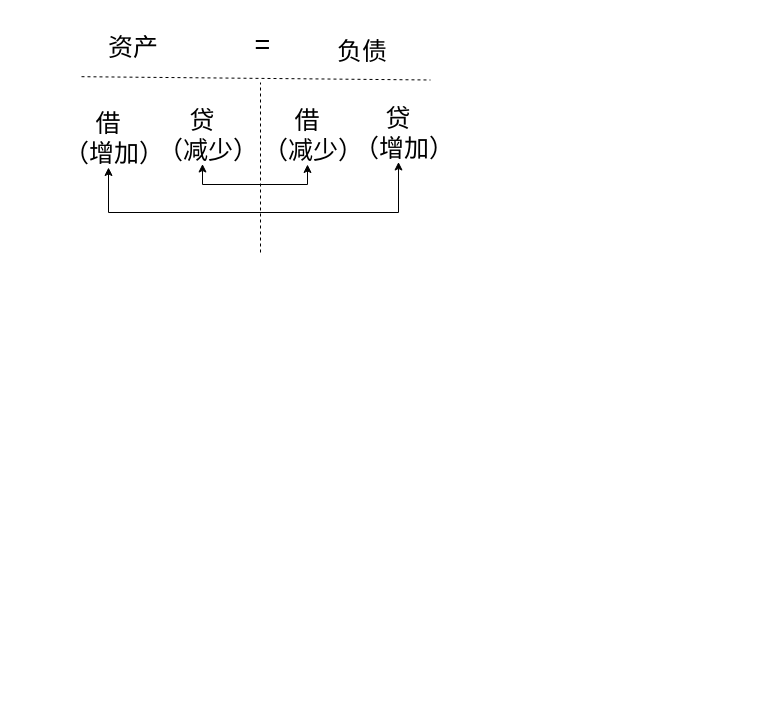
Above: 支付领域2.drawio in zhufuyin/draw (draw.io), before the change. Source tidied: cells renumbered, new cells numbered last; positions are measured from the earlier drawing's top-left corner, leaving out a move shared by most shapes. Both pictures are drawn from the tidied source at 100%, with x=0, y=0 at pixel (63, 16).
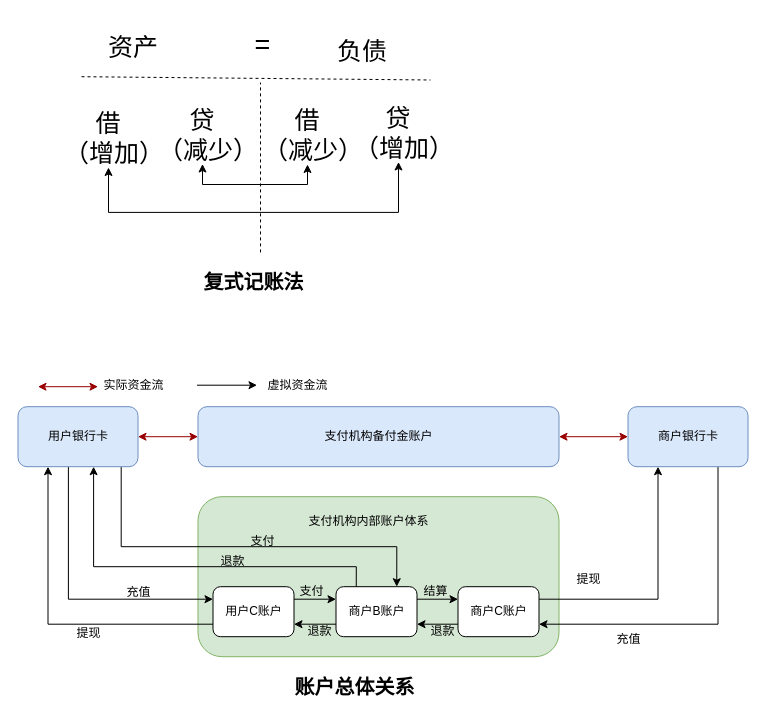
Above is the later version.

Commit message (it also covers changes not shown here):
更新支付领域2.drawio

Unchanged cells that the change refers to:
```xml
<mxCell id="7" value="借&lt;div&gt;（增加）&lt;/div&gt;" style="rounded=0;whiteSpace=wrap;html=1;fillColor=none;strokeColor=none;fontSize=25;" parent="1" vertex="1">
  <mxGeometry y="91" width="90" height="60" as="geometry" />
</mxCell>
<mxCell id="12" value="贷&lt;div&gt;（增加）&lt;/div&gt;" style="rounded=0;whiteSpace=wrap;html=1;fillColor=none;strokeColor=none;fontSize=25;" parent="1" vertex="1">
  <mxGeometry x="290" y="85.5" width="90" height="60" as="geometry" />
</mxCell>
```

Change to the diagram source:
```diff
@@
+    <mxCell id="13" style="rounded=1;whiteSpace=wrap;html=1;fillColor=#d5e8d4;strokeColor=#82b366;" parent="1" vertex="1">
+      <mxGeometry x="134.5" y="480.2" width="361" height="160" as="geometry" />
+    </mxCell>
@@
     <mxCell id="6" style="edgeStyle=orthogonalEdgeStyle;rounded=0;jettySize=auto;html=1;exitX=0.5;exitY=1;exitDx=0;exitDy=0;entryX=0.5;entryY=1;entryDx=0;entryDy=0;endArrow=classic;endFill=1;startArrow=classic;startFill=1;" parent="1" edge="1" source="7" target="12">
       <mxGeometry relative="1" as="geometry">
         <Array as="points">
-          <mxPoint x="45" y="196" />
-          <mxPoint x="335" y="196" />
+          <mxPoint x="45" y="195.9" />
+          <mxPoint x="335" y="195.9" />
         </Array>
       </mxGeometry>
     </mxCell>
@@
     <mxCell id="9" style="endArrow=none;html=1;rounded=0;dashed=1;" parent="1" edge="1">
       <mxGeometry relative="1" as="geometry">
-        <mxPoint x="197" y="236" as="sourcePoint" />
+        <mxPoint x="197" y="235.9" as="sourcePoint" />
         <mxPoint x="197" y="66" as="targetPoint" />
       </mxGeometry>
     </mxCell>
@@
+    <mxCell id="14" style="edgeStyle=orthogonalEdgeStyle;rounded=0;jettySize=auto;html=1;exitX=0.42;exitY=1;exitDx=0;exitDy=0;entryX=0;entryY=0.25;entryDx=0;entryDy=0;exitPerimeter=0;" parent="1" edge="1" source="17" target="24">
+      <mxGeometry relative="1" as="geometry" />
+    </mxCell>
+    <mxCell id="15" style="edgeStyle=orthogonalEdgeStyle;rounded=0;jettySize=auto;html=1;exitX=1;exitY=0.5;exitDx=0;exitDy=0;entryX=0;entryY=0.5;entryDx=0;entryDy=0;startArrow=classic;startFill=1;strokeColor=#990000;" parent="1" edge="1" source="17" target="18">
+      <mxGeometry relative="1" as="geometry" />
+    </mxCell>
+    <mxCell id="16" style="edgeStyle=orthogonalEdgeStyle;rounded=0;jettySize=auto;html=1;exitX=0.86;exitY=1;exitDx=0;exitDy=0;exitPerimeter=0;entryX=0.75;entryY=0;entryDx=0;entryDy=0;" parent="1" edge="1" source="17" target="27">
+      <mxGeometry relative="1" as="geometry">
+        <Array as="points">
+          <mxPoint x="57.5" y="530.2" />
+          <mxPoint x="333.5" y="530.2" />
+        </Array>
+      </mxGeometry>
+    </mxCell>
+    <mxCell id="17" value="用户银行卡" style="rounded=1;whiteSpace=wrap;html=1;points=[[0,0,0,0,0],[0,0.25,0,0,0],[0,0.5,0,0,0],[0,0.75,0,0,0],[0,1,0,0,0],[0.15,1,0,0,0],[0.25,0,0,0,0],[0.25,1,0,0,0],[0.33,1,0,0,0],[0.42,1,0,0,0],[0.5,0,0,0,0],[0.53,1,0,0,0],[0.63,1,0,0,0],[0.75,0,0,0,0],[0.75,1,0,0,0],[0.86,1,0,0,0],[1,0,0,0,0],[1,0.25,0,0,0],[1,0.5,0,0,0],[1,0.75,0,0,0],[1,1,0,0,0]];fillColor=#dae8fc;strokeColor=#6c8ebf;" parent="1" vertex="1">
+      <mxGeometry x="-45.5" y="390.2" width="120" height="60" as="geometry" />
+    </mxCell>
+    <mxCell id="18" value="支付机构备付金账户" style="rounded=1;whiteSpace=wrap;html=1;fillColor=#dae8fc;strokeColor=#6c8ebf;" parent="1" vertex="1">
+      <mxGeometry x="134.5" y="390.2" width="361" height="60" as="geometry" />
+    </mxCell>
+    <mxCell id="19" style="edgeStyle=orthogonalEdgeStyle;rounded=0;jettySize=auto;html=1;exitX=0.75;exitY=1;exitDx=0;exitDy=0;entryX=1;entryY=0.75;entryDx=0;entryDy=0;" parent="1" edge="1" source="21" target="30">
+      <mxGeometry relative="1" as="geometry" />
+    </mxCell>
+    <mxCell id="20" style="edgeStyle=orthogonalEdgeStyle;rounded=0;jettySize=auto;html=1;exitX=0;exitY=0.5;exitDx=0;exitDy=0;entryX=1;entryY=0.5;entryDx=0;entryDy=0;startArrow=classic;startFill=1;strokeColor=#990000;" parent="1" edge="1" source="21" target="18">
+      <mxGeometry relative="1" as="geometry" />
+    </mxCell>
+    <mxCell id="21" value="商户银行卡" style="rounded=1;whiteSpace=wrap;html=1;fillColor=#dae8fc;strokeColor=#6c8ebf;" parent="1" vertex="1">
+      <mxGeometry x="564.5" y="390.2" width="120" height="60" as="geometry" />
+    </mxCell>
+    <mxCell id="22" style="edgeStyle=orthogonalEdgeStyle;rounded=0;jettySize=auto;html=1;exitX=1;exitY=0.25;exitDx=0;exitDy=0;entryX=0;entryY=0.25;entryDx=0;entryDy=0;" parent="1" edge="1" source="24" target="27">
+      <mxGeometry relative="1" as="geometry" />
+    </mxCell>
+    <mxCell id="23" style="edgeStyle=orthogonalEdgeStyle;rounded=0;jettySize=auto;html=1;exitX=0;exitY=0.75;exitDx=0;exitDy=0;entryX=0.25;entryY=1;entryDx=0;entryDy=0;" parent="1" edge="1" source="24" target="17">
+      <mxGeometry relative="1" as="geometry" />
+    </mxCell>
+    <mxCell id="24" value="用户C账户" style="rounded=1;whiteSpace=wrap;html=1;" parent="1" vertex="1">
+      <mxGeometry x="149.5" y="570.2" width="81" height="50" as="geometry" />
+    </mxCell>
+    <mxCell id="25" style="edgeStyle=orthogonalEdgeStyle;rounded=0;jettySize=auto;html=1;exitX=1;exitY=0.25;exitDx=0;exitDy=0;entryX=0;entryY=0.25;entryDx=0;entryDy=0;" parent="1" edge="1" source="27" target="30">
+      <mxGeometry relative="1" as="geometry" />
+    </mxCell>
+    <mxCell id="26" style="edgeStyle=orthogonalEdgeStyle;rounded=0;jettySize=auto;html=1;exitX=0;exitY=0.75;exitDx=0;exitDy=0;entryX=1;entryY=0.75;entryDx=0;entryDy=0;" parent="1" edge="1" source="27" target="24">
+      <mxGeometry relative="1" as="geometry" />
+    </mxCell>
+    <mxCell id="27" value="商户B账户" style="rounded=1;whiteSpace=wrap;html=1;" parent="1" vertex="1">
+      <mxGeometry x="272.5" y="570.2" width="81" height="50" as="geometry" />
+    </mxCell>
+    <mxCell id="28" style="edgeStyle=orthogonalEdgeStyle;rounded=0;jettySize=auto;html=1;exitX=1;exitY=0.25;exitDx=0;exitDy=0;entryX=0.25;entryY=1;entryDx=0;entryDy=0;" parent="1" edge="1" source="30" target="21">
+      <mxGeometry relative="1" as="geometry" />
+    </mxCell>
+    <mxCell id="29" style="edgeStyle=orthogonalEdgeStyle;rounded=0;jettySize=auto;html=1;exitX=0;exitY=0.75;exitDx=0;exitDy=0;entryX=1;entryY=0.75;entryDx=0;entryDy=0;" parent="1" edge="1" source="30" target="27">
+      <mxGeometry relative="1" as="geometry" />
+    </mxCell>
+    <mxCell id="30" value="商户C账户" style="rounded=1;whiteSpace=wrap;html=1;" parent="1" vertex="1">
+      <mxGeometry x="394.5" y="570.2" width="81" height="50" as="geometry" />
+    </mxCell>
+    <mxCell id="31" value="支付机构内部账户体系" style="text;html=1;align=center;verticalAlign=middle;strokeColor=none;fillColor=none;" parent="1" vertex="1">
+      <mxGeometry x="234.5" y="490.2" width="140" height="30" as="geometry" />
+    </mxCell>
+    <mxCell id="32" value="提现" style="text;html=1;align=center;verticalAlign=middle;strokeColor=none;fillColor=none;" parent="1" vertex="1">
+      <mxGeometry x="499.5" y="548.2" width="50" height="30" as="geometry" />
+    </mxCell>
+    <mxCell id="33" value="充值" style="text;html=1;align=center;verticalAlign=middle;strokeColor=none;fillColor=none;" parent="1" vertex="1">
+      <mxGeometry x="539.5" y="608.2" width="50" height="30" as="geometry" />
+    </mxCell>
+    <mxCell id="34" value="结算" style="text;html=1;align=center;verticalAlign=middle;strokeColor=none;fillColor=none;" parent="1" vertex="1">
+      <mxGeometry x="346.5" y="560.2" width="50" height="30" as="geometry" />
+    </mxCell>
+    <mxCell id="35" value="退款" style="text;html=1;align=center;verticalAlign=middle;strokeColor=none;fillColor=none;" parent="1" vertex="1">
+      <mxGeometry x="353.5" y="600.2" width="50" height="30" as="geometry" />
+    </mxCell>
+    <mxCell id="36" value="支付" style="text;html=1;align=center;verticalAlign=middle;strokeColor=none;fillColor=none;" parent="1" vertex="1">
+      <mxGeometry x="222.5" y="560.2" width="50" height="30" as="geometry" />
+    </mxCell>
+    <mxCell id="37" value="退款" style="text;html=1;align=center;verticalAlign=middle;strokeColor=none;fillColor=none;" parent="1" vertex="1">
+      <mxGeometry x="230.5" y="600.2" width="50" height="30" as="geometry" />
+    </mxCell>
+    <mxCell id="38" value="充值" style="text;html=1;align=center;verticalAlign=middle;strokeColor=none;fillColor=none;" parent="1" vertex="1">
+      <mxGeometry x="49.5" y="561.2" width="50" height="30" as="geometry" />
+    </mxCell>
+    <mxCell id="39" value="提现" style="text;html=1;align=center;verticalAlign=middle;strokeColor=none;fillColor=none;" parent="1" vertex="1">
+      <mxGeometry x="-0.5" y="602.2" width="50" height="30" as="geometry" />
+    </mxCell>
+    <mxCell id="40" style="edgeStyle=orthogonalEdgeStyle;rounded=0;jettySize=auto;html=1;exitX=0.25;exitY=0;exitDx=0;exitDy=0;entryX=0.63;entryY=1;entryDx=0;entryDy=0;entryPerimeter=0;" parent="1" edge="1" source="27" target="17">
+      <mxGeometry relative="1" as="geometry">
+        <Array as="points">
+          <mxPoint x="292.5" y="550.2" />
+          <mxPoint x="30.5" y="550.2" />
+        </Array>
+      </mxGeometry>
+    </mxCell>
+    <mxCell id="41" value="支付" style="text;html=1;align=center;verticalAlign=middle;strokeColor=none;fillColor=none;" parent="1" vertex="1">
+      <mxGeometry x="173.5" y="510.2" width="50" height="30" as="geometry" />
+    </mxCell>
+    <mxCell id="42" value="退款" style="text;html=1;align=center;verticalAlign=middle;strokeColor=none;fillColor=none;" parent="1" vertex="1">
+      <mxGeometry x="143.5" y="530.2" width="50" height="30" as="geometry" />
+    </mxCell>
+    <mxCell id="43" style="edgeStyle=orthogonalEdgeStyle;rounded=0;orthogonalLoop=1;jettySize=auto;html=1;exitX=1;exitY=0.5;exitDx=0;exitDy=0;entryX=0;entryY=0.5;entryDx=0;entryDy=0;startArrow=classic;startFill=1;strokeColor=#990000;" parent="1" edge="1">
+      <mxGeometry relative="1" as="geometry">
+        <mxPoint x="-25.5" y="370.2" as="sourcePoint" />
+        <mxPoint x="34.5" y="370.2" as="targetPoint" />
+      </mxGeometry>
+    </mxCell>
+    <mxCell id="44" value="实际资金流" style="text;html=1;align=center;verticalAlign=middle;strokeColor=none;fillColor=none;" parent="1" vertex="1">
+      <mxGeometry x="29.5" y="354.2" width="80" height="30" as="geometry" />
+    </mxCell>
+    <mxCell id="45" style="edgeStyle=orthogonalEdgeStyle;rounded=0;orthogonalLoop=1;jettySize=auto;html=1;exitX=1;exitY=0.25;exitDx=0;exitDy=0;exitPerimeter=0;entryX=0;entryY=0.25;entryDx=0;entryDy=0;" parent="1" edge="1">
+      <mxGeometry relative="1" as="geometry">
+        <mxPoint x="133.5" y="368.7" as="sourcePoint" />
+        <mxPoint x="193.5" y="368.7" as="targetPoint" />
+      </mxGeometry>
+    </mxCell>
+    <mxCell id="46" value="虚拟资金流" style="text;html=1;align=center;verticalAlign=middle;strokeColor=none;fillColor=none;" parent="1" vertex="1">
+      <mxGeometry x="193.5" y="354.2" width="80" height="30" as="geometry" />
+    </mxCell>
+    <mxCell id="47" value="复式记账法" style="text;html=1;align=center;verticalAlign=middle;strokeColor=none;fillColor=none;fontSize=20;fontStyle=1;" parent="1" vertex="1">
+      <mxGeometry x="129.5" y="245.2" width="120" height="40" as="geometry" />
+    </mxCell>
+    <mxCell id="48" value="账户总体关系" style="text;html=1;align=center;verticalAlign=middle;strokeColor=none;fillColor=none;fontSize=20;fontStyle=1;" parent="1" vertex="1">
+      <mxGeometry x="220.5" y="650.2" width="140" height="40" as="geometry" />
+    </mxCell>
```
